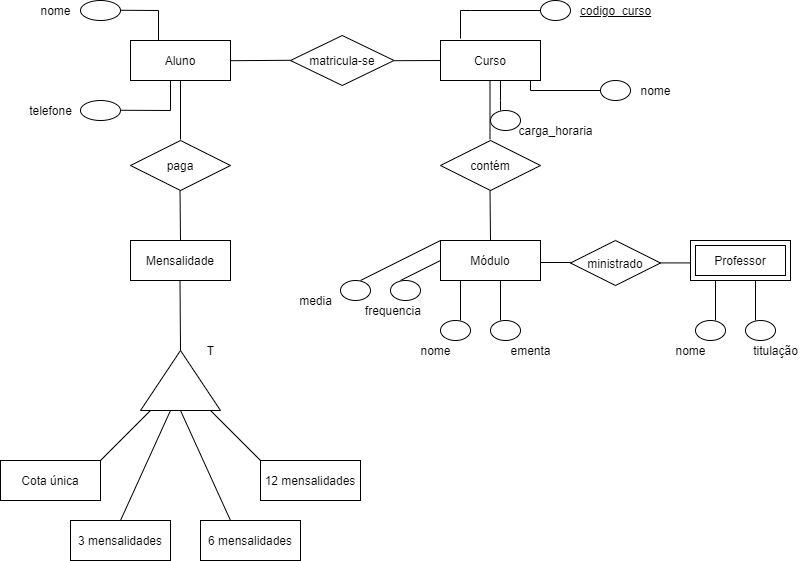
The draw.io diagram test/pratica01/pratica1.3.drawio.png in luissfneto/mdc053, before a commit. Source tidied: cells renumbered, new cells last; positions are measured from the earlier drawing's top-left corner, leaving out a move shared by most shapes.
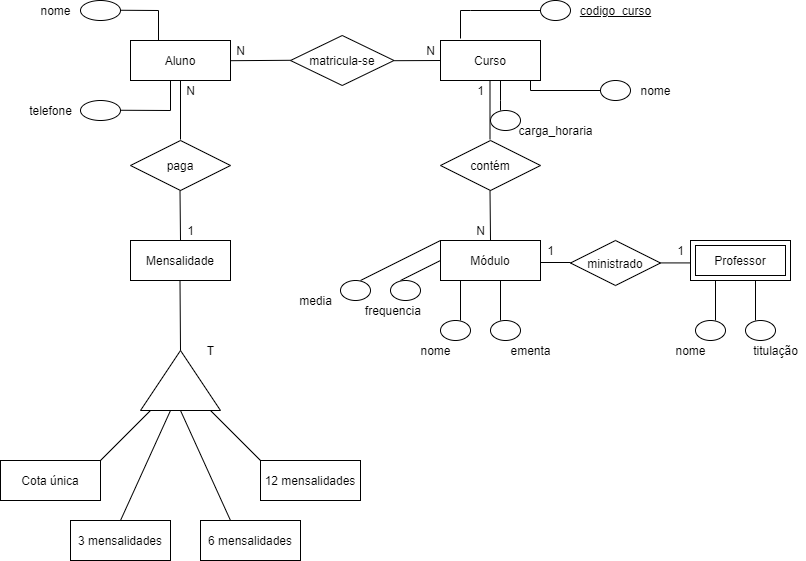
The same file after the commit.

What changed in the source:
```diff
@@ -267,5 +267,29 @@
     <mxCell id="62" value="frequencia&amp;nbsp;" style="text;html=1;align=center;verticalAlign=middle;strokeColor=none;fillColor=none;" parent="1" vertex="1">
       <mxGeometry x="359" y="300" width="70" height="20" as="geometry" />
     </mxCell>
+    <mxCell id="63" value="N" style="text;html=1;align=center;verticalAlign=middle;strokeColor=none;fillColor=none;" parent="1" vertex="1">
+      <mxGeometry x="230" y="40" width="20" height="20" as="geometry" />
+    </mxCell>
+    <mxCell id="64" value="N" style="text;html=1;align=center;verticalAlign=middle;strokeColor=none;fillColor=none;" parent="1" vertex="1">
+      <mxGeometry x="420" y="40" width="20" height="20" as="geometry" />
+    </mxCell>
+    <mxCell id="65" value="1" style="text;html=1;align=center;verticalAlign=middle;strokeColor=none;fillColor=none;" parent="1" vertex="1">
+      <mxGeometry x="180" y="220" width="20" height="20" as="geometry" />
+    </mxCell>
+    <mxCell id="66" value="N" style="text;html=1;align=center;verticalAlign=middle;strokeColor=none;fillColor=none;" parent="1" vertex="1">
+      <mxGeometry x="180" y="80" width="20" height="20" as="geometry" />
+    </mxCell>
+    <mxCell id="67" value="N" style="text;html=1;align=center;verticalAlign=middle;strokeColor=none;fillColor=none;" parent="1" vertex="1">
+      <mxGeometry x="470" y="220" width="20" height="20" as="geometry" />
+    </mxCell>
+    <mxCell id="68" value="1" style="text;html=1;align=center;verticalAlign=middle;strokeColor=none;fillColor=none;" parent="1" vertex="1">
+      <mxGeometry x="470" y="80" width="20" height="20" as="geometry" />
+    </mxCell>
+    <mxCell id="69" value="1" style="text;html=1;align=center;verticalAlign=middle;strokeColor=none;fillColor=none;" parent="1" vertex="1">
+      <mxGeometry x="670" y="240" width="20" height="20" as="geometry" />
+    </mxCell>
+    <mxCell id="70" value="1" style="text;html=1;align=center;verticalAlign=middle;strokeColor=none;fillColor=none;" parent="1" vertex="1">
+      <mxGeometry x="540" y="240" width="20" height="20" as="geometry" />
+    </mxCell>
   </root>
 </mxGraphModel>
```
